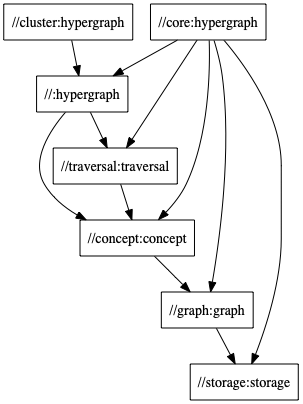
Before: diagrams/package-structure.png, a diagram exported from Graphviz (typedb/typedb). Its source is kept beside it as diagrams/package-structure.dot.
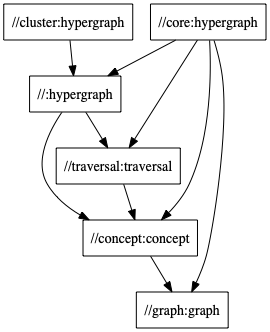
Later version of the same file.

The edit, as a diff of the source:
```diff
@@ -5,9 +5,8 @@
   "//core:hypergraph"
   "//core:hypergraph" -> "//:hypergraph"
   "//core:hypergraph" -> "//concept:concept"
+  "//core:hypergraph" -> "//graph:graph"
   "//core:hypergraph" -> "//traversal:traversal"
-  "//core:hypergraph" -> "//graph:graph"
-  "//core:hypergraph" -> "//storage:storage"
   "//:hypergraph"
   "//:hypergraph" -> "//concept:concept"
   "//:hypergraph" -> "//traversal:traversal"
@@ -16,6 +15,4 @@
   "//concept:concept"
   "//concept:concept" -> "//graph:graph"
   "//graph:graph"
-  "//graph:graph" -> "//storage:storage"
-  "//storage:storage"
 }
```
